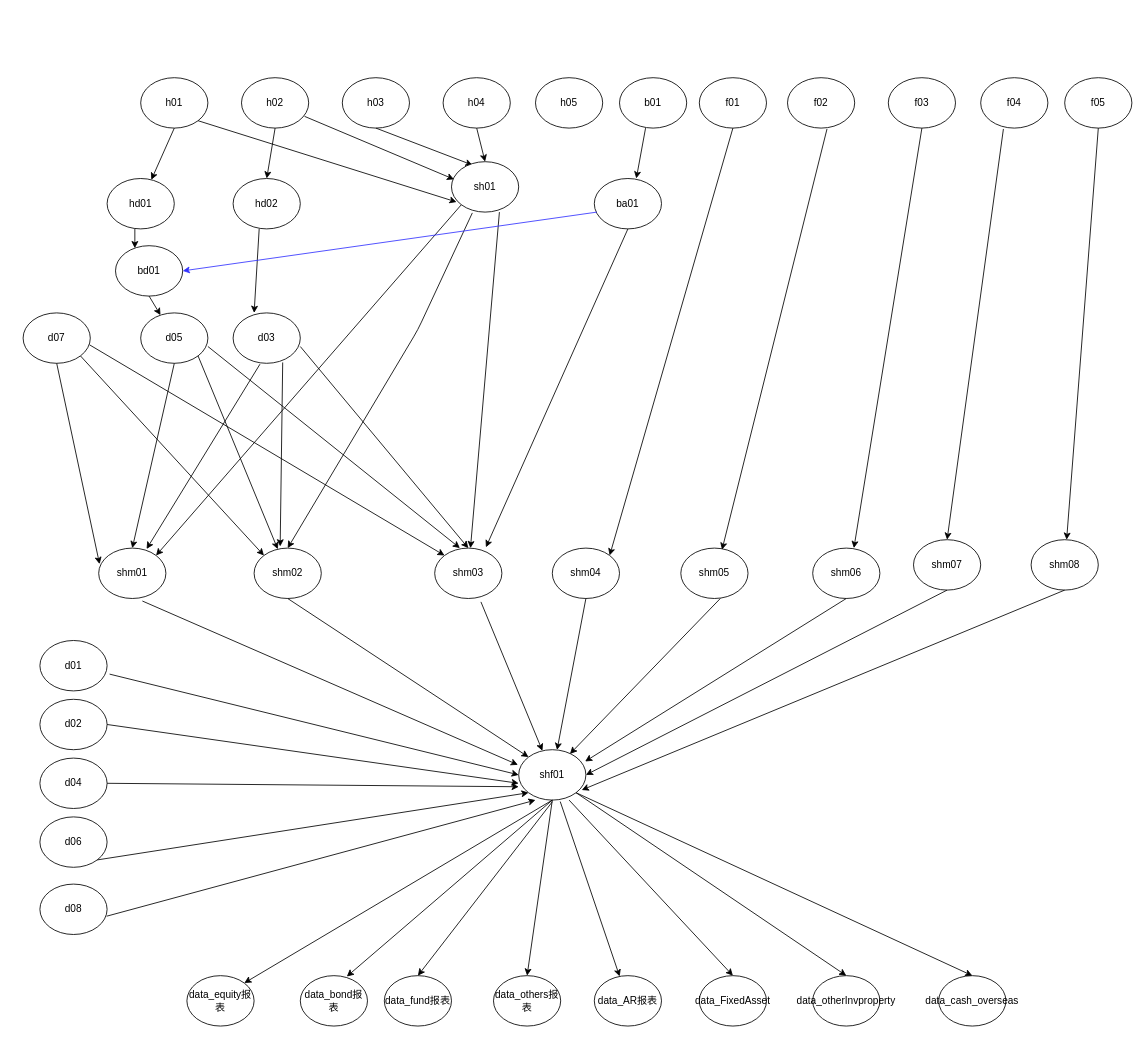
gebifeixiang/investment keeps this draw.io diagram as tasktreenode.drawio. Above is the earlier version. Source tidied: cells renumbered, new cells numbered last; positions are measured from the earlier drawing's top-left corner, leaving out a move shared by most shapes. Both pictures are drawn from the tidied source at 84%, with x=0, y=0 at pixel (23, 77).
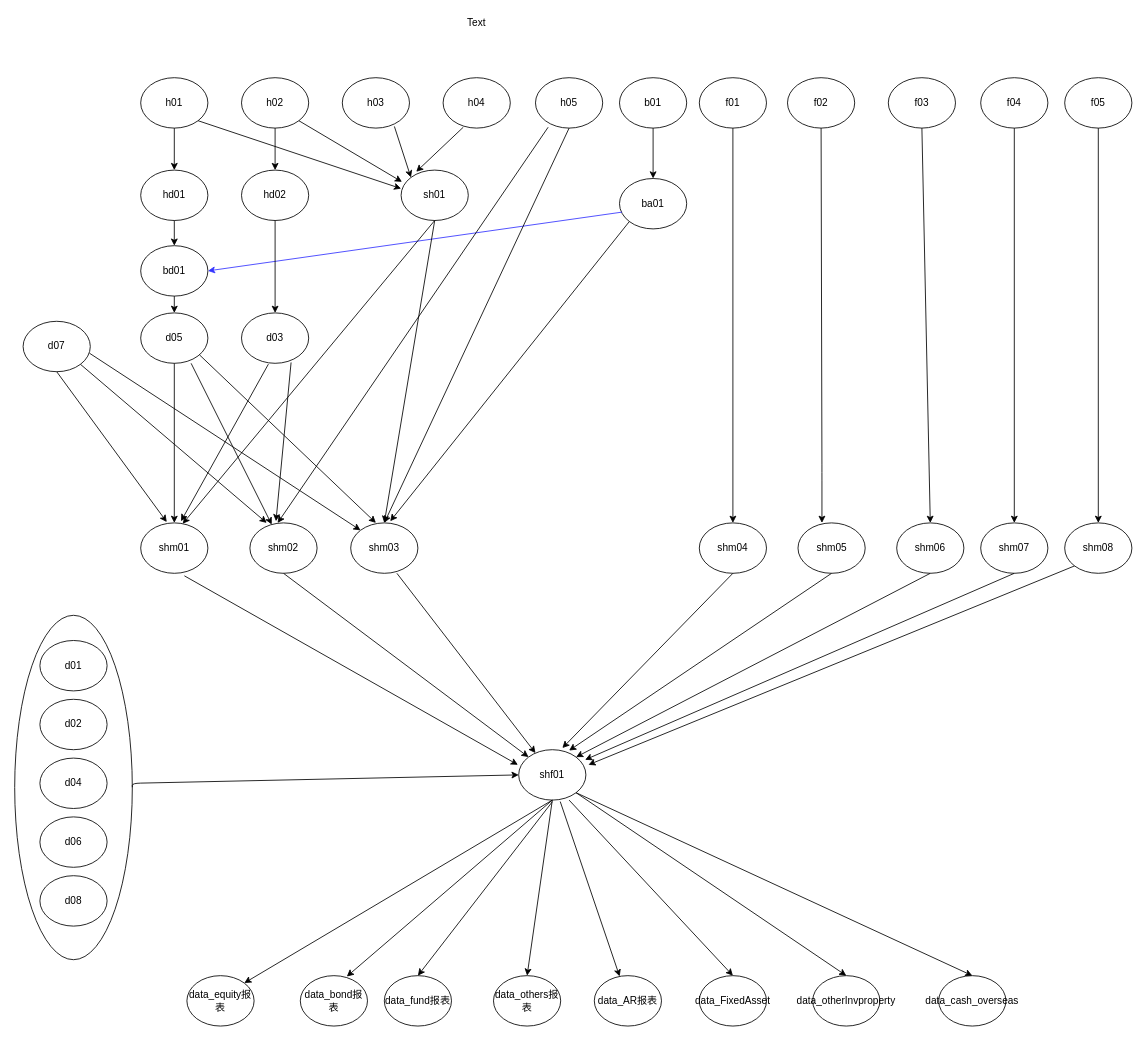
After the change.

The change refers to these unchanged cells:
```xml
<mxCell id="2" value="h04" style="ellipse;whiteSpace=wrap;html=1;" parent="1" vertex="1">
  <mxGeometry x="500" width="80" height="60" as="geometry" />
</mxCell>
<mxCell id="3" value="h01" style="ellipse;whiteSpace=wrap;html=1;" parent="1" vertex="1">
  <mxGeometry x="140" width="80" height="60" as="geometry" />
</mxCell>
<mxCell id="4" value="h02" style="ellipse;whiteSpace=wrap;html=1;" parent="1" vertex="1">
  <mxGeometry x="260" width="80" height="60" as="geometry" />
</mxCell>
<mxCell id="5" value="h03" style="ellipse;whiteSpace=wrap;html=1;" parent="1" vertex="1">
  <mxGeometry x="380" width="80" height="60" as="geometry" />
</mxCell>
<mxCell id="6" value="f04" style="ellipse;whiteSpace=wrap;html=1;" parent="1" vertex="1">
  <mxGeometry x="1140" width="80" height="60" as="geometry" />
</mxCell>
<mxCell id="7" value="f03" style="ellipse;whiteSpace=wrap;html=1;" parent="1" vertex="1">
  <mxGeometry x="1030" width="80" height="60" as="geometry" />
</mxCell>
<mxCell id="8" value="f02" style="ellipse;whiteSpace=wrap;html=1;" parent="1" vertex="1">
  <mxGeometry x="910" width="80" height="60" as="geometry" />
</mxCell>
<mxCell id="9" value="f01" style="ellipse;whiteSpace=wrap;html=1;" parent="1" vertex="1">
  <mxGeometry x="805" width="80" height="60" as="geometry" />
</mxCell>
<mxCell id="10" value="h05" style="ellipse;whiteSpace=wrap;html=1;" parent="1" vertex="1">
  <mxGeometry x="610" width="80" height="60" as="geometry" />
</mxCell>
<mxCell id="11" value="f05" style="ellipse;whiteSpace=wrap;html=1;" parent="1" vertex="1">
  <mxGeometry x="1240" width="80" height="60" as="geometry" />
</mxCell>
<mxCell id="14" value="b01" style="ellipse;whiteSpace=wrap;html=1;" parent="1" vertex="1">
  <mxGeometry x="710" width="80" height="60" as="geometry" />
</mxCell>
<mxCell id="24" value="shf01" style="ellipse;whiteSpace=wrap;html=1;" parent="1" vertex="1">
  <mxGeometry x="590" y="800" width="80" height="60" as="geometry" />
</mxCell>
<mxCell id="37" value="d05" style="ellipse;whiteSpace=wrap;html=1;" parent="1" vertex="1">
  <mxGeometry x="140" y="280" width="80" height="60" as="geometry" />
</mxCell>
<mxCell id="67" value="d01" style="ellipse;whiteSpace=wrap;html=1;" parent="1" vertex="1">
  <mxGeometry x="20" y="670" width="80" height="60" as="geometry" />
</mxCell>
<mxCell id="68" value="d04" style="ellipse;whiteSpace=wrap;html=1;" parent="1" vertex="1">
  <mxGeometry x="20" y="810" width="80" height="60" as="geometry" />
</mxCell>
<mxCell id="69" value="d02" style="ellipse;whiteSpace=wrap;html=1;" parent="1" vertex="1">
  <mxGeometry x="20" y="740" width="80" height="60" as="geometry" />
</mxCell>
<mxCell id="70" value="d06" style="ellipse;whiteSpace=wrap;html=1;" parent="1" vertex="1">
  <mxGeometry x="20" y="880" width="80" height="60" as="geometry" />
</mxCell>
```

The edit, as a diff of the source:
```diff
@@
+    <mxCell id="93" style="ellipse;whiteSpace=wrap;html=1;" parent="1" vertex="1">
+      <mxGeometry x="-10" y="640" width="140" height="410" as="geometry" />
+    </mxCell>
@@
     <mxCell id="12" value="hd01" style="ellipse;whiteSpace=wrap;html=1;" parent="1" vertex="1">
-      <mxGeometry x="100" y="120" width="80" height="60" as="geometry" />
+      <mxGeometry x="140" y="110" width="80" height="60" as="geometry" />
     </mxCell>
     <mxCell id="13" value="hd02" style="ellipse;whiteSpace=wrap;html=1;" parent="1" vertex="1">
-      <mxGeometry x="250" y="120" width="80" height="60" as="geometry" />
+      <mxGeometry x="260" y="110" width="80" height="60" as="geometry" />
     </mxCell>
@@
     <mxCell id="15" value="ba01" style="ellipse;whiteSpace=wrap;html=1;" parent="1" vertex="1">
-      <mxGeometry x="680" y="120" width="80" height="60" as="geometry" />
+      <mxGeometry x="710" y="120" width="80" height="60" as="geometry" />
     </mxCell>
     <mxCell id="16" value="shm05" style="ellipse;whiteSpace=wrap;html=1;" parent="1" vertex="1">
-      <mxGeometry x="783" y="560" width="80" height="60" as="geometry" />
+      <mxGeometry x="922.5" y="530" width="80" height="60" as="geometry" />
     </mxCell>
     <mxCell id="17" value="shm04" style="ellipse;whiteSpace=wrap;html=1;" parent="1" vertex="1">
-      <mxGeometry x="630" y="560" width="80" height="60" as="geometry" />
+      <mxGeometry x="805" y="530" width="80" height="60" as="geometry" />
     </mxCell>
     <mxCell id="18" value="shm03" style="ellipse;whiteSpace=wrap;html=1;" parent="1" vertex="1">
-      <mxGeometry x="490" y="560" width="80" height="60" as="geometry" />
+      <mxGeometry x="390" y="530" width="80" height="60" as="geometry" />
     </mxCell>
     <mxCell id="19" value="shm02" style="ellipse;whiteSpace=wrap;html=1;" parent="1" vertex="1">
-      <mxGeometry x="275" y="560" width="80" height="60" as="geometry" />
+      <mxGeometry x="270" y="530" width="80" height="60" as="geometry" />
     </mxCell>
     <mxCell id="20" value="shm01" style="ellipse;whiteSpace=wrap;html=1;" parent="1" vertex="1">
-      <mxGeometry x="90" y="560" width="80" height="60" as="geometry" />
+      <mxGeometry x="140" y="530" width="80" height="60" as="geometry" />
     </mxCell>
     <mxCell id="21" value="shm08" style="ellipse;whiteSpace=wrap;html=1;" parent="1" vertex="1">
-      <mxGeometry x="1200" y="550" width="80" height="60" as="geometry" />
+      <mxGeometry x="1240" y="530" width="80" height="60" as="geometry" />
     </mxCell>
     <mxCell id="22" value="shm07" style="ellipse;whiteSpace=wrap;html=1;" parent="1" vertex="1">
-      <mxGeometry x="1060" y="550" width="80" height="60" as="geometry" />
+      <mxGeometry x="1140" y="530" width="80" height="60" as="geometry" />
     </mxCell>
     <mxCell id="23" value="shm06" style="ellipse;whiteSpace=wrap;html=1;" parent="1" vertex="1">
-      <mxGeometry x="940" y="560" width="80" height="60" as="geometry" />
+      <mxGeometry x="1040" y="530" width="80" height="60" as="geometry" />
     </mxCell>
@@
-    <mxCell id="27" style="endArrow=classic;html=1;exitX=1;exitY=1;exitDx=0;exitDy=0;entryX=0.075;entryY=0.8;entryDx=0;entryDy=0;entryPerimeter=0;" parent="1" edge="1" source="3" target="35">
-      <mxGeometry relative="1" as="geometry" />
-    </mxCell>
-    <mxCell id="28" style="endArrow=classic;html=1;exitX=0.938;exitY=0.767;exitDx=0;exitDy=0;exitPerimeter=0;entryX=0.038;entryY=0.35;entryDx=0;entryDy=0;entryPerimeter=0;" parent="1" edge="1" source="4" target="35">
-      <mxGeometry relative="1" as="geometry" />
-    </mxCell>
-    <mxCell id="29" style="endArrow=classic;html=1;exitX=0.5;exitY=1;exitDx=0;exitDy=0;entryX=0.313;entryY=0.067;entryDx=0;entryDy=0;entryPerimeter=0;" parent="1" edge="1" source="5" target="35">
-      <mxGeometry relative="1" as="geometry" />
-    </mxCell>
@@
-    <mxCell id="32" style="endArrow=classic;html=1;exitX=0.688;exitY=1.067;exitDx=0;exitDy=0;exitPerimeter=0;" parent="1" edge="1" source="18" target="24">
-      <mxGeometry relative="1" as="geometry" />
+    <mxCell id="32" style="endArrow=classic;html=1;" parent="1" edge="1" target="24">
+      <mxGeometry relative="1" as="geometry">
+        <mxPoint x="445" y="590" as="sourcePoint" />
+      </mxGeometry>
     </mxCell>
     <mxCell id="33" value="d07" style="ellipse;whiteSpace=wrap;html=1;" parent="1" vertex="1">
-      <mxGeometry y="280" width="80" height="60" as="geometry" />
+      <mxGeometry y="290" width="80" height="60" as="geometry" />
     </mxCell>
-    <mxCell id="34" style="endArrow=classic;html=1;exitX=0.388;exitY=1;exitDx=0;exitDy=0;exitPerimeter=0;entryX=0.625;entryY=0;entryDx=0;entryDy=0;entryPerimeter=0;" parent="1" edge="1" source="14" target="15">
-      <mxGeometry relative="1" as="geometry" />
-    </mxCell>
     <mxCell id="35" value="sh01" style="ellipse;whiteSpace=wrap;html=1;" parent="1" vertex="1">
-      <mxGeometry x="510" y="100" width="80" height="60" as="geometry" />
+      <mxGeometry x="450" y="110" width="80" height="60" as="geometry" />
     </mxCell>
     <mxCell id="36" value="bd01" style="ellipse;whiteSpace=wrap;html=1;" parent="1" vertex="1">
-      <mxGeometry x="110" y="200" width="80" height="60" as="geometry" />
+      <mxGeometry x="140" y="200" width="80" height="60" as="geometry" />
     </mxCell>
@@
     <mxCell id="39" value="d03" style="ellipse;whiteSpace=wrap;html=1;" parent="1" vertex="1">
-      <mxGeometry x="250" y="280" width="80" height="60" as="geometry" />
+      <mxGeometry x="260" y="280" width="80" height="60" as="geometry" />
     </mxCell>
-    <mxCell id="40" style="endArrow=classic;html=1;exitX=0.388;exitY=1;exitDx=0;exitDy=0;exitPerimeter=0;entryX=0.313;entryY=0;entryDx=0;entryDy=0;entryPerimeter=0;" parent="1" edge="1" source="13" target="39">
-      <mxGeometry relative="1" as="geometry" />
-    </mxCell>
-    <mxCell id="41" style="endArrow=classic;html=1;exitX=0.5;exitY=1;exitDx=0;exitDy=0;entryX=1;entryY=0;entryDx=0;entryDy=0;" parent="1" edge="1" source="9" target="17">
-      <mxGeometry relative="1" as="geometry" />
-    </mxCell>
-    <mxCell id="42" style="endArrow=classic;html=1;exitX=0.588;exitY=1.017;exitDx=0;exitDy=0;exitPerimeter=0;entryX=0.613;entryY=0.033;entryDx=0;entryDy=0;entryPerimeter=0;" parent="1" edge="1" source="8" target="16">
-      <mxGeometry relative="1" as="geometry" />
-    </mxCell>
-    <mxCell id="43" style="endArrow=classic;html=1;exitX=0.5;exitY=1;exitDx=0;exitDy=0;entryX=0.613;entryY=0;entryDx=0;entryDy=0;entryPerimeter=0;" parent="1" edge="1" source="7" target="23">
-      <mxGeometry relative="1" as="geometry" />
-    </mxCell>
-    <mxCell id="44" style="endArrow=classic;html=1;exitX=0.338;exitY=1.017;exitDx=0;exitDy=0;exitPerimeter=0;entryX=0.5;entryY=0;entryDx=0;entryDy=0;" parent="1" edge="1" source="6" target="22">
-      <mxGeometry relative="1" as="geometry" />
-    </mxCell>
-    <mxCell id="45" style="endArrow=classic;html=1;exitX=0.5;exitY=1;exitDx=0;exitDy=0;" parent="1" edge="1" source="11" target="21">
-      <mxGeometry relative="1" as="geometry" />
-    </mxCell>
-    <mxCell id="46" style="endArrow=classic;html=1;exitX=0.5;exitY=1;exitDx=0;exitDy=0;" parent="1" edge="1" source="17" target="24">
-      <mxGeometry relative="1" as="geometry" />
-    </mxCell>
-    <mxCell id="47" style="endArrow=classic;html=1;exitX=0.588;exitY=1;exitDx=0;exitDy=0;exitPerimeter=0;entryX=0.763;entryY=0.083;entryDx=0;entryDy=0;entryPerimeter=0;" parent="1" edge="1" source="16" target="24">
-      <mxGeometry relative="1" as="geometry" />
-    </mxCell>
-    <mxCell id="48" style="endArrow=classic;html=1;exitX=0.5;exitY=1;exitDx=0;exitDy=0;entryX=0.988;entryY=0.233;entryDx=0;entryDy=0;entryPerimeter=0;" parent="1" edge="1" source="23" target="24">
-      <mxGeometry relative="1" as="geometry" />
-    </mxCell>
-    <mxCell id="49" style="endArrow=classic;html=1;exitX=0.5;exitY=1;exitDx=0;exitDy=0;entryX=1;entryY=0.5;entryDx=0;entryDy=0;" parent="1" edge="1" source="22" target="24">
-      <mxGeometry relative="1" as="geometry" />
-    </mxCell>
-    <mxCell id="50" style="endArrow=classic;html=1;exitX=0.5;exitY=1;exitDx=0;exitDy=0;entryX=0.938;entryY=0.8;entryDx=0;entryDy=0;entryPerimeter=0;" parent="1" edge="1" source="21" target="24">
-      <mxGeometry relative="1" as="geometry" />
-    </mxCell>
-    <mxCell id="51" style="endArrow=classic;html=1;exitX=0.5;exitY=1;exitDx=0;exitDy=0;entryX=0.5;entryY=0;entryDx=0;entryDy=0;" parent="1" edge="1" source="2" target="35">
-      <mxGeometry relative="1" as="geometry" />
-    </mxCell>
-    <mxCell id="52" style="endArrow=classic;html=1;exitX=0.413;exitY=1;exitDx=0;exitDy=0;exitPerimeter=0;entryX=0.288;entryY=0.05;entryDx=0;entryDy=0;entryPerimeter=0;" parent="1" edge="1" source="12" target="36">
-      <mxGeometry relative="1" as="geometry" />
-    </mxCell>
-    <mxCell id="53" style="endArrow=classic;html=1;exitX=0.5;exitY=1;exitDx=0;exitDy=0;entryX=0.013;entryY=0.317;entryDx=0;entryDy=0;entryPerimeter=0;" parent="1" edge="1" source="33" target="20">
+    <mxCell id="53" style="endArrow=classic;html=1;exitX=0.5;exitY=1;exitDx=0;exitDy=0;entryX=0.388;entryY=-0.017;entryDx=0;entryDy=0;entryPerimeter=0;" parent="1" edge="1" source="33" target="20">
       <mxGeometry relative="1" as="geometry" />
     </mxCell>
-    <mxCell id="54" style="endArrow=classic;html=1;exitX=1;exitY=1;exitDx=0;exitDy=0;entryX=0;entryY=0;entryDx=0;entryDy=0;" parent="1" edge="1" source="33" target="19">
+    <mxCell id="54" style="endArrow=classic;html=1;exitX=1;exitY=1;exitDx=0;exitDy=0;entryX=0.25;entryY=0;entryDx=0;entryDy=0;entryPerimeter=0;" parent="1" edge="1" source="33" target="19">
       <mxGeometry relative="1" as="geometry" />
     </mxCell>
@@
-    <mxCell id="56" style="endArrow=classic;html=1;exitX=0;exitY=1;exitDx=0;exitDy=0;entryX=1;entryY=0;entryDx=0;entryDy=0;" parent="1" edge="1" source="35" target="20">
-      <mxGeometry relative="1" as="geometry" />
-    </mxCell>
-    <mxCell id="57" style="endArrow=classic;html=1;entryX=0.5;entryY=0;entryDx=0;entryDy=0;exitX=0.31;exitY=1.016;exitDx=0;exitDy=0;exitPerimeter=0;" parent="1" edge="1" source="35" target="19">
-      <mxGeometry relative="1" as="geometry">
-        <Array as="points">
-          <mxPoint x="470" y="300" />
-        </Array>
-      </mxGeometry>
-    </mxCell>
-    <mxCell id="58" style="endArrow=classic;html=1;exitX=0.713;exitY=1;exitDx=0;exitDy=0;exitPerimeter=0;" parent="1" edge="1" source="35" target="18">
-      <mxGeometry relative="1" as="geometry" />
-    </mxCell>
@@
-    <mxCell id="60" style="endArrow=classic;html=1;exitX=1;exitY=1;exitDx=0;exitDy=0;" parent="1" edge="1" source="37" target="19">
-      <mxGeometry relative="1" as="geometry" />
+    <mxCell id="60" style="endArrow=classic;html=1;" parent="1" edge="1" target="19">
+      <mxGeometry relative="1" as="geometry">
+        <mxPoint x="200" y="340" as="sourcePoint" />
+      </mxGeometry>
     </mxCell>
-    <mxCell id="61" style="endArrow=classic;html=1;entryX=0.375;entryY=0;entryDx=0;entryDy=0;entryPerimeter=0;" parent="1" edge="1" target="18">
-      <mxGeometry relative="1" as="geometry">
-        <mxPoint x="220" y="320" as="sourcePoint" />
-      </mxGeometry>
+    <mxCell id="61" style="endArrow=classic;html=1;entryX=0.375;entryY=0;entryDx=0;entryDy=0;entryPerimeter=0;exitX=0.875;exitY=0.833;exitDx=0;exitDy=0;exitPerimeter=0;" parent="1" edge="1" source="37" target="18">
+      <mxGeometry relative="1" as="geometry" />
     </mxCell>
-    <mxCell id="62" style="endArrow=classic;html=1;exitX=0.4;exitY=1.017;exitDx=0;exitDy=0;exitPerimeter=0;entryX=0.713;entryY=0.017;entryDx=0;entryDy=0;entryPerimeter=0;" parent="1" edge="1" source="39" target="20">
+    <mxCell id="62" style="endArrow=classic;html=1;exitX=0.4;exitY=1.017;exitDx=0;exitDy=0;exitPerimeter=0;entryX=0.6;entryY=-0.033;entryDx=0;entryDy=0;entryPerimeter=0;" parent="1" edge="1" source="39" target="20">
       <mxGeometry relative="1" as="geometry" />
     </mxCell>
-    <mxCell id="63" style="endArrow=classic;html=1;exitX=1;exitY=0.667;exitDx=0;exitDy=0;exitPerimeter=0;" parent="1" edge="1" source="39">
-      <mxGeometry relative="1" as="geometry">
-        <mxPoint x="530" y="560" as="targetPoint" />
-      </mxGeometry>
-    </mxCell>
@@
-    <mxCell id="65" style="endArrow=classic;html=1;exitX=0.5;exitY=1;exitDx=0;exitDy=0;" parent="1" edge="1" source="15">
-      <mxGeometry relative="1" as="geometry">
-        <mxPoint x="551" y="559" as="targetPoint" />
-      </mxGeometry>
-    </mxCell>
@@
     <mxCell id="71" value="d08" style="ellipse;whiteSpace=wrap;html=1;" parent="1" vertex="1">
-      <mxGeometry x="20" y="960" width="80" height="60" as="geometry" />
+      <mxGeometry x="20" y="950" width="80" height="60" as="geometry" />
     </mxCell>
-    <mxCell id="72" style="endArrow=classic;html=1;strokeColor=#000000;exitX=1.037;exitY=0.667;exitDx=0;exitDy=0;exitPerimeter=0;entryX=0;entryY=0.5;entryDx=0;entryDy=0;" parent="1" edge="1" source="67" target="24">
-      <mxGeometry relative="1" as="geometry" />
-    </mxCell>
-    <mxCell id="73" style="endArrow=classic;html=1;strokeColor=#000000;exitX=1;exitY=0.5;exitDx=0;exitDy=0;entryX=0;entryY=0.667;entryDx=0;entryDy=0;entryPerimeter=0;" parent="1" edge="1" source="69" target="24">
-      <mxGeometry relative="1" as="geometry" />
-    </mxCell>
-    <mxCell id="74" style="endArrow=classic;html=1;strokeColor=#000000;exitX=1;exitY=1;exitDx=0;exitDy=0;entryX=0;entryY=1;entryDx=0;entryDy=0;" parent="1" edge="1" source="70" target="24">
-      <mxGeometry relative="1" as="geometry" />
-    </mxCell>
-    <mxCell id="75" style="endArrow=classic;html=1;strokeColor=#000000;exitX=0.993;exitY=0.637;exitDx=0;exitDy=0;exitPerimeter=0;entryX=0.25;entryY=1;entryDx=0;entryDy=0;entryPerimeter=0;" parent="1" edge="1" source="71" target="24">
-      <mxGeometry relative="1" as="geometry" />
-    </mxCell>
@@
-    <mxCell id="85" style="endArrow=classic;html=1;strokeColor=#000000;exitX=1;exitY=0.5;exitDx=0;exitDy=0;entryX=0.001;entryY=0.735;entryDx=0;entryDy=0;entryPerimeter=0;" parent="1" edge="1" source="68" target="24">
-      <mxGeometry relative="1" as="geometry" />
-    </mxCell>
@@
+    <mxCell id="40" style="endArrow=classic;html=1;exitX=0.5;exitY=1;exitDx=0;exitDy=0;entryX=0.5;entryY=0;entryDx=0;entryDy=0;" parent="1" edge="1" source="13" target="39">
+      <mxGeometry relative="1" as="geometry" />
+    </mxCell>
+    <mxCell id="94" style="endArrow=classic;html=1;exitX=0.5;exitY=1;exitDx=0;exitDy=0;" parent="1" edge="1" source="12">
+      <mxGeometry relative="1" as="geometry">
+        <mxPoint x="180" y="200" as="targetPoint" />
+      </mxGeometry>
+    </mxCell>
+    <mxCell id="34" style="endArrow=classic;html=1;exitX=0.5;exitY=1;exitDx=0;exitDy=0;entryX=0.5;entryY=0;entryDx=0;entryDy=0;" parent="1" edge="1" source="14" target="15">
+      <mxGeometry relative="1" as="geometry" />
+    </mxCell>
+    <mxCell id="27" style="endArrow=classic;html=1;exitX=1;exitY=1;exitDx=0;exitDy=0;entryX=0;entryY=0.367;entryDx=0;entryDy=0;entryPerimeter=0;" parent="1" edge="1" source="3" target="35">
+      <mxGeometry relative="1" as="geometry" />
+    </mxCell>
+    <mxCell id="28" style="endArrow=classic;html=1;exitX=1;exitY=1;exitDx=0;exitDy=0;entryX=0.013;entryY=0.233;entryDx=0;entryDy=0;entryPerimeter=0;" parent="1" edge="1" source="4" target="35">
+      <mxGeometry relative="1" as="geometry" />
+    </mxCell>
+    <mxCell id="29" style="endArrow=classic;html=1;exitX=0.775;exitY=0.967;exitDx=0;exitDy=0;exitPerimeter=0;entryX=0;entryY=0;entryDx=0;entryDy=0;" parent="1" edge="1" source="5" target="35">
+      <mxGeometry relative="1" as="geometry" />
+    </mxCell>
+    <mxCell id="51" style="endArrow=classic;html=1;exitX=0.3;exitY=0.983;exitDx=0;exitDy=0;exitPerimeter=0;entryX=0.225;entryY=0.033;entryDx=0;entryDy=0;entryPerimeter=0;" parent="1" edge="1" source="2" target="35">
+      <mxGeometry relative="1" as="geometry" />
+    </mxCell>
+    <mxCell id="56" style="endArrow=classic;html=1;exitX=0.5;exitY=1;exitDx=0;exitDy=0;entryX=0.625;entryY=0.017;entryDx=0;entryDy=0;entryPerimeter=0;" parent="1" edge="1" source="35" target="20">
+      <mxGeometry relative="1" as="geometry" />
+    </mxCell>
+    <mxCell id="95" style="endArrow=classic;html=1;entryX=0.5;entryY=0;entryDx=0;entryDy=0;" parent="1" edge="1" target="18">
+      <mxGeometry relative="1" as="geometry">
+        <mxPoint x="490" y="170" as="sourcePoint" />
+      </mxGeometry>
+    </mxCell>
+    <mxCell id="96" style="endArrow=classic;html=1;exitX=0;exitY=1;exitDx=0;exitDy=0;entryX=0.588;entryY=-0.033;entryDx=0;entryDy=0;entryPerimeter=0;" parent="1" edge="1" source="15" target="18">
+      <mxGeometry relative="1" as="geometry" />
+    </mxCell>
+    <mxCell id="97" style="endArrow=classic;html=1;exitX=0.5;exitY=1;exitDx=0;exitDy=0;entryX=0.5;entryY=0;entryDx=0;entryDy=0;" parent="1" edge="1" source="10" target="18">
+      <mxGeometry relative="1" as="geometry" />
+    </mxCell>
+    <mxCell id="98" style="endArrow=classic;html=1;exitX=0.188;exitY=0.983;exitDx=0;exitDy=0;exitPerimeter=0;entryX=0.413;entryY=0;entryDx=0;entryDy=0;entryPerimeter=0;" parent="1" edge="1" source="10" target="19">
+      <mxGeometry relative="1" as="geometry" />
+    </mxCell>
+    <mxCell id="46" style="endArrow=classic;html=1;exitX=0.5;exitY=1;exitDx=0;exitDy=0;entryX=0.65;entryY=-0.033;entryDx=0;entryDy=0;entryPerimeter=0;" parent="1" edge="1" source="17" target="24">
+      <mxGeometry relative="1" as="geometry" />
+    </mxCell>
+    <mxCell id="99" style="endArrow=classic;html=1;exitX=0.5;exitY=1;exitDx=0;exitDy=0;" parent="1" edge="1" source="16">
+      <mxGeometry relative="1" as="geometry">
+        <mxPoint x="650" y="801" as="targetPoint" />
+      </mxGeometry>
+    </mxCell>
+    <mxCell id="48" style="endArrow=classic;html=1;exitX=0.5;exitY=1;exitDx=0;exitDy=0;entryX=1;entryY=0;entryDx=0;entryDy=0;" parent="1" edge="1" source="23" target="24">
+      <mxGeometry relative="1" as="geometry" />
+    </mxCell>
+    <mxCell id="49" style="endArrow=classic;html=1;exitX=0.5;exitY=1;exitDx=0;exitDy=0;entryX=0.988;entryY=0.2;entryDx=0;entryDy=0;entryPerimeter=0;" parent="1" edge="1" source="22" target="24">
+      <mxGeometry relative="1" as="geometry" />
+    </mxCell>
+    <mxCell id="50" style="endArrow=classic;html=1;exitX=0;exitY=1;exitDx=0;exitDy=0;entryX=1.038;entryY=0.3;entryDx=0;entryDy=0;entryPerimeter=0;" parent="1" edge="1" source="21" target="24">
+      <mxGeometry relative="1" as="geometry" />
+    </mxCell>
+    <mxCell id="100" style="endArrow=classic;html=1;exitX=1;exitY=0.5;exitDx=0;exitDy=0;entryX=0;entryY=0.5;entryDx=0;entryDy=0;" parent="1" edge="1" source="93" target="24">
+      <mxGeometry relative="1" as="geometry">
+        <Array as="points">
+          <mxPoint x="130" y="840" />
+        </Array>
+      </mxGeometry>
+    </mxCell>
+    <mxCell id="41" style="endArrow=classic;html=1;exitX=0.5;exitY=1;exitDx=0;exitDy=0;entryX=0.5;entryY=0;entryDx=0;entryDy=0;" parent="1" edge="1" source="9" target="17">
+      <mxGeometry relative="1" as="geometry" />
+    </mxCell>
+    <mxCell id="101" style="endArrow=classic;html=1;exitX=0.5;exitY=1;exitDx=0;exitDy=0;" parent="1" edge="1" source="8">
+      <mxGeometry relative="1" as="geometry">
+        <mxPoint x="951" y="530" as="targetPoint" />
+        <Array as="points">
+          <mxPoint x="951" y="470" />
+        </Array>
+      </mxGeometry>
+    </mxCell>
+    <mxCell id="43" style="endArrow=classic;html=1;exitX=0.5;exitY=1;exitDx=0;exitDy=0;entryX=0.5;entryY=0;entryDx=0;entryDy=0;" parent="1" edge="1" source="7" target="23">
+      <mxGeometry relative="1" as="geometry" />
+    </mxCell>
+    <mxCell id="44" style="endArrow=classic;html=1;exitX=0.5;exitY=1;exitDx=0;exitDy=0;entryX=0.5;entryY=0;entryDx=0;entryDy=0;" parent="1" edge="1" source="6" target="22">
+      <mxGeometry relative="1" as="geometry" />
+    </mxCell>
+    <mxCell id="45" style="endArrow=classic;html=1;exitX=0.5;exitY=1;exitDx=0;exitDy=0;entryX=0.5;entryY=0;entryDx=0;entryDy=0;" parent="1" edge="1" source="11" target="21">
+      <mxGeometry relative="1" as="geometry" />
+    </mxCell>
+    <mxCell id="102" value="Text" style="text;html=1;align=left;verticalAlign=top;spacingTop=-4;" parent="1" vertex="1">
+      <mxGeometry x="527" y="-75" width="40" height="20" as="geometry" />
+    </mxCell>
```
